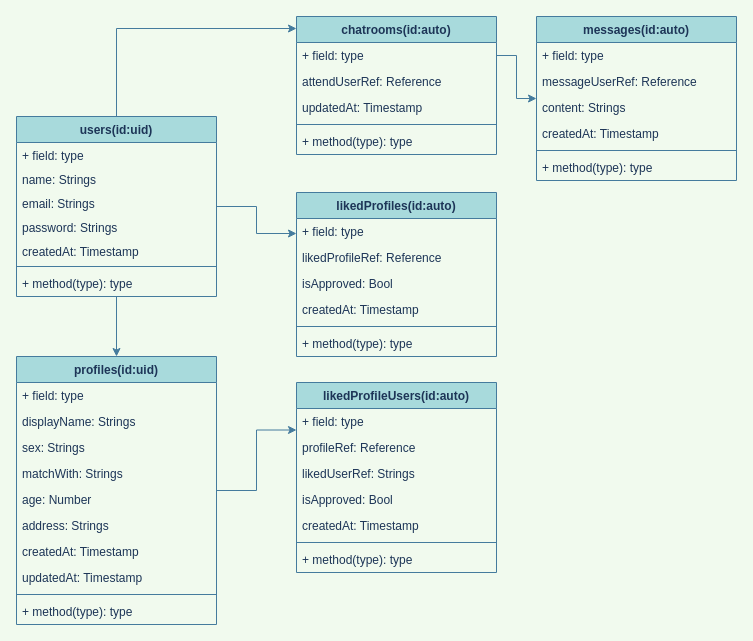
This is store/firestore.drawio from KoheiB/my-matching-app, a draw.io file, before an edit. Source tidied: cells renumbered, new cells numbered last; positions are measured from the earlier drawing's top-left corner, leaving out a move shared by most shapes. Both pictures are drawn from the tidied source at 100%, with x=0, y=0 at pixel (16, 16).
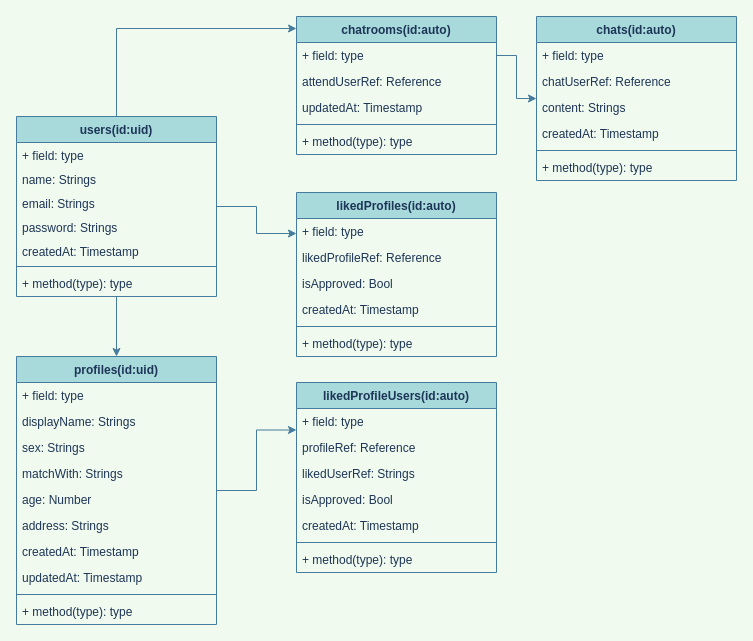
The same diagram, later.

Diff of the diagram source:
```diff
@@
-    <mxCell id="7" value="messages(id:auto)" style="swimlane;fontStyle=1;align=center;verticalAlign=top;horizontal=1;startSize=26;fillColor=#A8DADC;strokeColor=#457B9D;fontColor=#1D3557;" parent="1" vertex="1">
+    <mxCell id="7" value="chats(id:auto)" style="swimlane;fontStyle=1;align=center;verticalAlign=top;horizontal=1;startSize=26;fillColor=#A8DADC;strokeColor=#457B9D;fontColor=#1D3557;" parent="1" vertex="1">
       <mxGeometry x="520" width="200" height="164" as="geometry" />
     </mxCell>
@@
-    <mxCell id="9" value="messageUserRef: Reference" style="text;strokeColor=none;fillColor=none;align=left;verticalAlign=top;spacingLeft=4;spacingRight=4;overflow=hidden;fontColor=#1D3557;" parent="7" vertex="1">
+    <mxCell id="9" value="chatUserRef: Reference" style="text;strokeColor=none;fillColor=none;align=left;verticalAlign=top;spacingLeft=4;spacingRight=4;overflow=hidden;fontColor=#1D3557;" parent="7" vertex="1">
       <mxGeometry y="52" width="200" height="26" as="geometry" />
     </mxCell>
```
